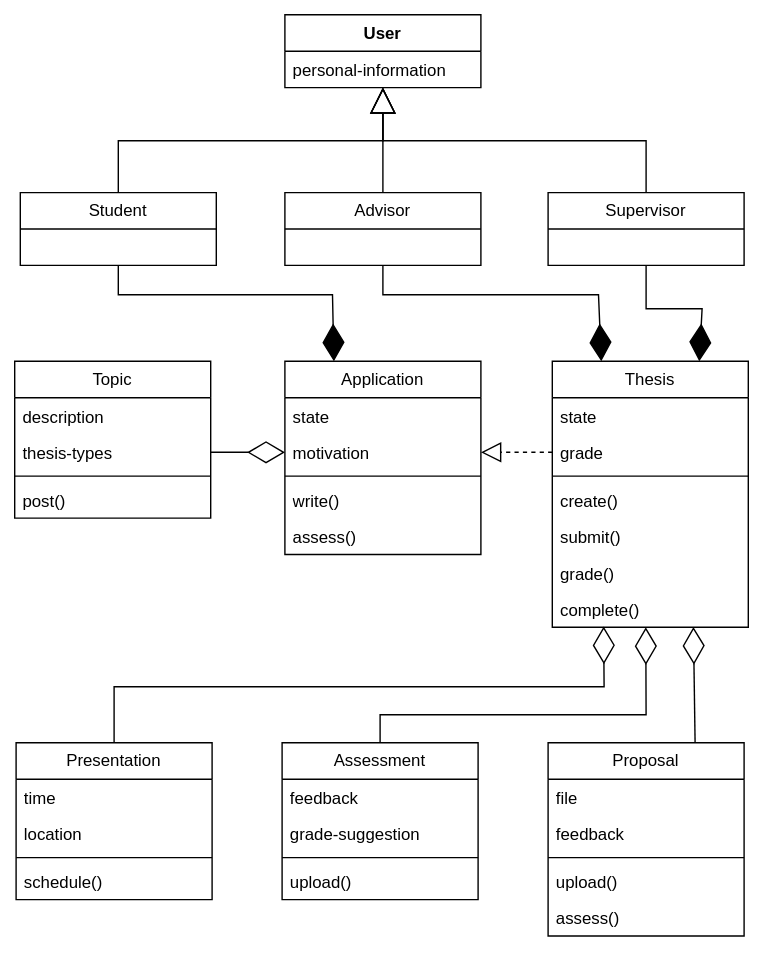
Before: analysis-object-modal.svg, a diagram exported from draw.io (fabian-emilius/bachelor-thesis-charts). Source tidied: cells renumbered, new cells last; positions are measured from the earlier drawing's top-left corner, leaving out a move shared by most shapes.
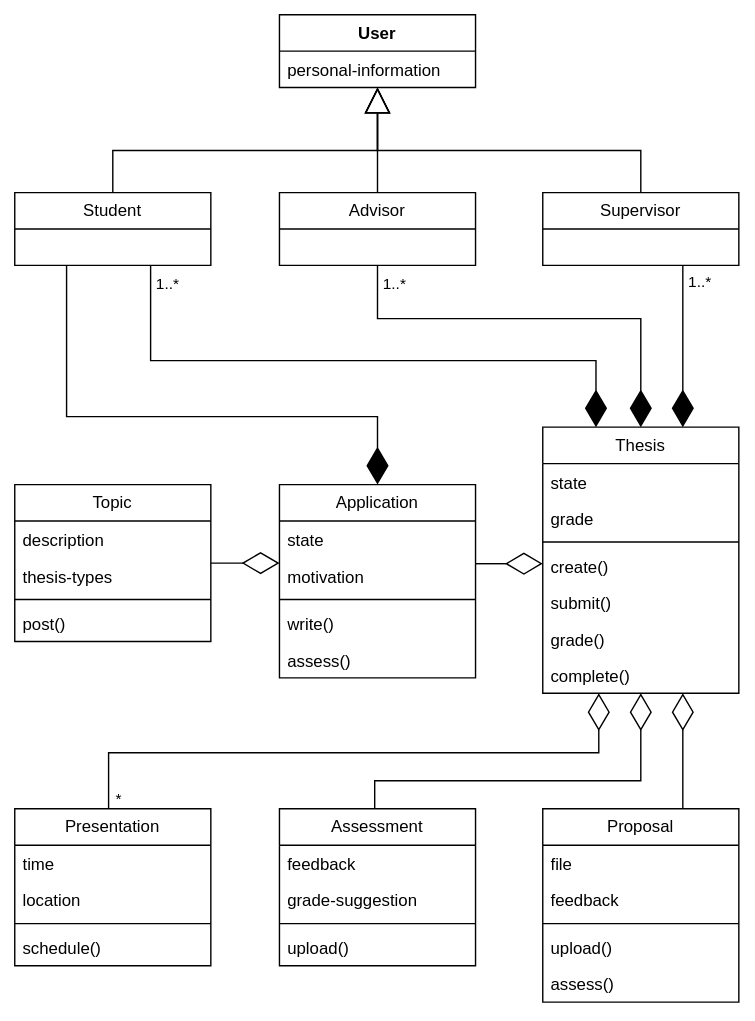
After the commit.

The edit, as a diff of the source:
```diff
@@ -2,7 +2,7 @@
   <root>
     <mxCell id="0" />
     <mxCell id="1" parent="0" />
-    <mxCell id="2" style="endArrow=diamondThin;endFill=0;endSize=24;html=1;rounded=0;entryX=0.262;entryY=0.977;entryDx=0;entryDy=0;exitX=0.5;exitY=0;exitDx=0;exitDy=0;entryPerimeter=0;" parent="1" edge="1" source="31" target="30">
+    <mxCell id="2" style="endArrow=diamondThin;endFill=0;endSize=24;html=1;rounded=0;edgeStyle=orthogonalEdgeStyle;" parent="1" edge="1" source="31" target="23">
       <mxGeometry relative="1" as="geometry">
         <Array as="points">
           <mxPoint x="71" y="480" />
@@ -10,10 +10,20 @@
         </Array>
       </mxGeometry>
     </mxCell>
+    <mxCell id="53" value="*" style="edgeLabel;html=1;align=center;verticalAlign=middle;" parent="2" vertex="1">
+      <mxGeometry x="-0.93" relative="1" as="geometry">
+        <mxPoint x="6" y="8" as="offset" />
+      </mxGeometry>
+    </mxCell>
-    <mxCell id="3" style="endArrow=diamondThin;endFill=0;endSize=24;html=1;rounded=0;exitX=0.75;exitY=0;exitDx=0;exitDy=0;entryX=0.72;entryY=0.989;entryDx=0;entryDy=0;entryPerimeter=0;" parent="1" edge="1" source="41" target="30">
-      <mxGeometry relative="1" as="geometry" />
+    <mxCell id="3" style="endArrow=diamondThin;endFill=0;endSize=24;html=1;rounded=0;edgeStyle=orthogonalEdgeStyle;" parent="1" edge="1" source="41" target="23">
+      <mxGeometry relative="1" as="geometry">
+        <Array as="points">
+          <mxPoint x="481" y="480" />
+          <mxPoint x="481" y="480" />
+        </Array>
+      </mxGeometry>
     </mxCell>
-    <mxCell id="4" style="endArrow=diamondThin;endFill=0;endSize=24;html=1;rounded=0;exitX=0.5;exitY=0;exitDx=0;exitDy=0;entryX=0.477;entryY=0.998;entryDx=0;entryDy=0;entryPerimeter=0;" parent="1" edge="1" source="36" target="30">
+    <mxCell id="4" style="endArrow=diamondThin;endFill=0;endSize=24;html=1;rounded=0;edgeStyle=orthogonalEdgeStyle;" parent="1" edge="1" source="36" target="23">
       <mxGeometry relative="1" as="geometry">
         <Array as="points">
           <mxPoint x="261" y="500" />
@@ -21,44 +31,59 @@
         </Array>
       </mxGeometry>
     </mxCell>
-    <mxCell id="5" style="endArrow=diamondThin;endFill=1;endSize=24;html=1;rounded=0;exitX=0.5;exitY=1;exitDx=0;exitDy=0;entryX=0.25;entryY=0;entryDx=0;entryDy=0;" parent="1" edge="1" source="11" target="23">
+    <mxCell id="5" style="endArrow=diamondThin;endFill=1;endSize=24;html=1;rounded=0;edgeStyle=orthogonalEdgeStyle;" parent="1" edge="1" source="11" target="23">
       <mxGeometry relative="1" as="geometry">
         <Array as="points">
-          <mxPoint x="263" y="200" />
-          <mxPoint x="417" y="200" />
+          <mxPoint x="263" y="170" />
+          <mxPoint x="451" y="170" />
         </Array>
       </mxGeometry>
     </mxCell>
+    <mxCell id="54" value="1..*" style="edgeLabel;html=1;align=center;verticalAlign=middle;" parent="5" vertex="1">
+      <mxGeometry x="-0.87" relative="1" as="geometry">
+        <mxPoint x="11" y="-8" as="offset" />
+      </mxGeometry>
+    </mxCell>
-    <mxCell id="6" style="endArrow=diamondThin;endFill=1;endSize=24;html=1;rounded=0;entryX=0.75;entryY=0;entryDx=0;entryDy=0;" parent="1" edge="1" source="10" target="23">
+    <mxCell id="6" style="endArrow=diamondThin;endFill=1;endSize=24;html=1;rounded=0;edgeStyle=orthogonalEdgeStyle;" parent="1" edge="1" source="10" target="23">
       <mxGeometry relative="1" as="geometry">
         <Array as="points">
-          <mxPoint x="451" y="210" />
-          <mxPoint x="491" y="210" />
+          <mxPoint x="481" y="190" />
+          <mxPoint x="481" y="190" />
         </Array>
       </mxGeometry>
     </mxCell>
+    <mxCell id="55" value="1..*" style="edgeLabel;html=1;align=center;verticalAlign=middle;" parent="6" vertex="1">
+      <mxGeometry x="-0.71" y="1" relative="1" as="geometry">
+        <mxPoint x="10" y="-5" as="offset" />
+      </mxGeometry>
+    </mxCell>
-    <mxCell id="7" style="endArrow=diamondThin;endFill=0;endSize=24;html=1;rounded=0;exitX=1;exitY=0.5;exitDx=0;exitDy=0;entryX=0;entryY=0.5;entryDx=0;entryDy=0;" parent="1" edge="1" source="14" target="19">
-      <mxGeometry relative="1" as="geometry" />
+    <mxCell id="7" style="endArrow=diamondThin;endFill=0;endSize=24;html=1;rounded=0;edgeStyle=orthogonalEdgeStyle;" parent="1" edge="1" source="12" target="17">
+      <mxGeometry relative="1" as="geometry">
+        <Array as="points">
+          <mxPoint x="161" y="345" />
+          <mxPoint x="161" y="345" />
+        </Array>
+      </mxGeometry>
     </mxCell>
-    <mxCell id="8" style="endArrow=diamondThin;endFill=1;endSize=24;html=1;rounded=0;exitX=0.5;exitY=1;exitDx=0;exitDy=0;entryX=0.25;entryY=0;entryDx=0;entryDy=0;" parent="1" edge="1" source="9" target="17">
+    <mxCell id="8" style="endArrow=diamondThin;endFill=1;endSize=24;html=1;rounded=0;edgeStyle=orthogonalEdgeStyle;" parent="1" edge="1" source="9" target="17">
       <mxGeometry relative="1" as="geometry">
         <Array as="points">
-          <mxPoint x="74" y="200" />
-          <mxPoint x="227" y="200" />
+          <mxPoint x="41" y="240" />
+          <mxPoint x="263" y="240" />
         </Array>
       </mxGeometry>
     </mxCell>
     <mxCell id="9" value="Student" style="swimlane;fontStyle=0;horizontal=1;startSize=26;fillColor=none;whiteSpace=wrap;html=1;" parent="1" vertex="1">
-      <mxGeometry x="4" y="127" width="140" height="52" as="geometry" />
+      <mxGeometry x="4" y="80" width="140" height="52" as="geometry" />
     </mxCell>
     <mxCell id="10" value="Supervisor" style="swimlane;fontStyle=0;horizontal=1;startSize=26;fillColor=none;whiteSpace=wrap;html=1;" parent="1" vertex="1">
-      <mxGeometry x="381" y="127" width="140" height="52" as="geometry" />
+      <mxGeometry x="381" y="80" width="140" height="52" as="geometry" />
     </mxCell>
     <mxCell id="11" value="Advisor" style="swimlane;fontStyle=0;horizontal=1;startSize=26;fillColor=none;whiteSpace=wrap;html=1;" parent="1" vertex="1">
-      <mxGeometry x="193" y="127" width="140" height="52" as="geometry" />
+      <mxGeometry x="193" y="80" width="140" height="52" as="geometry" />
     </mxCell>
     <mxCell id="12" value="Topic" style="swimlane;fontStyle=0;horizontal=1;startSize=26;fillColor=none;whiteSpace=wrap;html=1;" parent="1" vertex="1">
-      <mxGeometry y="247.5" width="140" height="112" as="geometry" />
+      <mxGeometry x="4" y="288.5" width="140" height="112" as="geometry" />
     </mxCell>
     <mxCell id="13" value="description" style="text;strokeColor=none;fillColor=none;align=left;verticalAlign=top;spacingLeft=4;spacingRight=4;overflow=hidden;whiteSpace=wrap;html=1;" parent="12" vertex="1">
       <mxGeometry y="26" width="140" height="26" as="geometry" />
@@ -73,7 +98,7 @@
       <mxGeometry y="86" width="140" height="26" as="geometry" />
     </mxCell>
     <mxCell id="17" value="Application" style="swimlane;fontStyle=0;horizontal=1;startSize=26;fillColor=none;whiteSpace=wrap;html=1;" parent="1" vertex="1">
-      <mxGeometry x="193" y="247.5" width="140" height="138" as="geometry" />
+      <mxGeometry x="193" y="288.5" width="140" height="138" as="geometry" />
     </mxCell>
     <mxCell id="18" value="state" style="text;strokeColor=none;fillColor=none;align=left;verticalAlign=top;spacingLeft=4;spacingRight=4;overflow=hidden;whiteSpace=wrap;html=1;" parent="17" vertex="1">
       <mxGeometry y="26" width="140" height="26" as="geometry" />
@@ -91,7 +116,7 @@
       <mxGeometry y="112" width="140" height="26" as="geometry" />
     </mxCell>
     <mxCell id="23" value="Thesis" style="swimlane;fontStyle=0;horizontal=1;startSize=26;fillColor=none;whiteSpace=wrap;html=1;" parent="1" vertex="1">
-      <mxGeometry x="384" y="247.5" width="140" height="190" as="geometry" />
+      <mxGeometry x="381" y="247.5" width="140" height="190" as="geometry" />
     </mxCell>
     <mxCell id="24" value="state" style="text;strokeColor=none;fillColor=none;align=left;verticalAlign=top;spacingLeft=4;spacingRight=4;overflow=hidden;whiteSpace=wrap;html=1;" parent="23" vertex="1">
       <mxGeometry y="26" width="140" height="26" as="geometry" />
@@ -115,7 +140,7 @@
       <mxGeometry y="164" width="140" height="26" as="geometry" />
     </mxCell>
     <mxCell id="31" value="Presentation" style="swimlane;fontStyle=0;horizontal=1;startSize=26;fillColor=none;whiteSpace=wrap;html=1;" parent="1" vertex="1">
-      <mxGeometry x="1" y="520" width="140" height="112" as="geometry" />
+      <mxGeometry x="4" y="520" width="140" height="112" as="geometry" />
     </mxCell>
     <mxCell id="32" value="time" style="text;strokeColor=none;fillColor=none;align=left;verticalAlign=top;spacingLeft=4;spacingRight=4;overflow=hidden;whiteSpace=wrap;html=1;" parent="31" vertex="1">
       <mxGeometry y="26" width="140" height="26" as="geometry" />
@@ -130,7 +155,7 @@
       <mxGeometry y="86" width="140" height="26" as="geometry" />
     </mxCell>
     <mxCell id="36" value="Assessment" style="swimlane;fontStyle=0;horizontal=1;startSize=26;fillColor=none;whiteSpace=wrap;html=1;" parent="1" vertex="1">
-      <mxGeometry x="191" y="520" width="140" height="112" as="geometry" />
+      <mxGeometry x="193" y="520" width="140" height="112" as="geometry" />
     </mxCell>
     <mxCell id="37" value="feedback" style="text;strokeColor=none;fillColor=none;align=left;verticalAlign=top;spacingLeft=4;spacingRight=4;overflow=hidden;whiteSpace=wrap;html=1;" parent="36" vertex="1">
       <mxGeometry y="26" width="140" height="26" as="geometry" />
@@ -162,33 +187,53 @@
     <mxCell id="46" value="assess()" style="text;strokeColor=none;fillColor=none;align=left;verticalAlign=top;spacingLeft=4;spacingRight=4;overflow=hidden;whiteSpace=wrap;html=1;" parent="41" vertex="1">
       <mxGeometry y="112" width="140" height="26" as="geometry" />
     </mxCell>
-    <mxCell id="47" style="endArrow=block;endSize=16;endFill=0;html=1;rounded=0;exitX=0.5;exitY=0;exitDx=0;exitDy=0;" parent="1" edge="1" source="9" target="50">
+    <mxCell id="47" style="endArrow=block;endSize=16;endFill=0;html=1;rounded=0;edgeStyle=orthogonalEdgeStyle;" parent="1" edge="1" source="9" target="50">
       <mxGeometry relative="1" as="geometry">
         <Array as="points">
-          <mxPoint x="74" y="90" />
-          <mxPoint x="263" y="90" />
+          <mxPoint x="74" y="50" />
+          <mxPoint x="263" y="50" />
         </Array>
       </mxGeometry>
     </mxCell>
-    <mxCell id="48" style="endArrow=block;endSize=16;endFill=0;html=1;rounded=0;exitX=0.5;exitY=0;exitDx=0;exitDy=0;" parent="1" edge="1" source="11" target="50">
+    <mxCell id="48" style="endArrow=block;endSize=16;endFill=0;html=1;rounded=0;edgeStyle=orthogonalEdgeStyle;" parent="1" edge="1" source="11" target="50">
       <mxGeometry relative="1" as="geometry" />
     </mxCell>
-    <mxCell id="49" style="endArrow=block;endSize=16;endFill=0;html=1;rounded=0;exitX=0.5;exitY=0;exitDx=0;exitDy=0;" parent="1" edge="1" source="10" target="50">
+    <mxCell id="49" style="endArrow=block;endSize=16;endFill=0;html=1;rounded=0;edgeStyle=orthogonalEdgeStyle;" parent="1" edge="1" source="10" target="50">
       <mxGeometry relative="1" as="geometry">
         <Array as="points">
-          <mxPoint x="451" y="90" />
-          <mxPoint x="263" y="90" />
+          <mxPoint x="451" y="50" />
+          <mxPoint x="263" y="50" />
         </Array>
       </mxGeometry>
     </mxCell>
     <mxCell id="50" value="User" style="swimlane;fontStyle=1;align=center;verticalAlign=top;horizontal=1;startSize=26;whiteSpace=wrap;html=1;" parent="1" vertex="1">
-      <mxGeometry x="193" width="140" height="52" as="geometry" />
+      <mxGeometry x="193" y="-47" width="140" height="52" as="geometry" />
     </mxCell>
     <mxCell id="51" value="personal-information" style="text;strokeColor=none;fillColor=none;align=left;verticalAlign=top;spacingLeft=4;spacingRight=4;overflow=hidden;whiteSpace=wrap;html=1;" parent="50" vertex="1">
       <mxGeometry y="26" width="140" height="26" as="geometry" />
     </mxCell>
-    <mxCell id="52" style="endArrow=block;dashed=1;endFill=0;endSize=12;html=1;rounded=0;exitX=0;exitY=0.5;exitDx=0;exitDy=0;entryX=1;entryY=0.5;entryDx=0;entryDy=0;" parent="1" edge="1" source="25" target="19">
-      <mxGeometry relative="1" as="geometry" />
-    </mxCell>
+    <mxCell id="56" style="endArrow=diamondThin;endFill=1;endSize=24;html=1;rounded=0;edgeStyle=orthogonalEdgeStyle;" parent="1" edge="1" source="9" target="23">
+      <mxGeometry relative="1" as="geometry">
+        <Array as="points">
+          <mxPoint x="101" y="200" />
+          <mxPoint x="419" y="200" />
+        </Array>
+      </mxGeometry>
+    </mxCell>
+    <mxCell id="57" value="1..*" style="edgeLabel;html=1;align=center;verticalAlign=middle;" parent="56" vertex="1">
+      <mxGeometry x="-0.9" y="-2" relative="1" as="geometry">
+        <mxPoint x="13" y="-9" as="offset" />
+      </mxGeometry>
+    </mxCell>
+    <mxCell id="58" style="endArrow=diamondThin;endFill=0;endSize=24;html=1;rounded=0;edgeStyle=orthogonalEdgeStyle;" parent="1" edge="1">
+      <mxGeometry relative="1" as="geometry">
+        <mxPoint x="333" y="345" as="sourcePoint" />
+        <mxPoint x="381" y="345" as="targetPoint" />
+        <Array as="points">
+          <mxPoint x="351" y="345" />
+          <mxPoint x="351" y="345" />
+        </Array>
+      </mxGeometry>
+    </mxCell>
   </root>
 </mxGraphModel>
```
